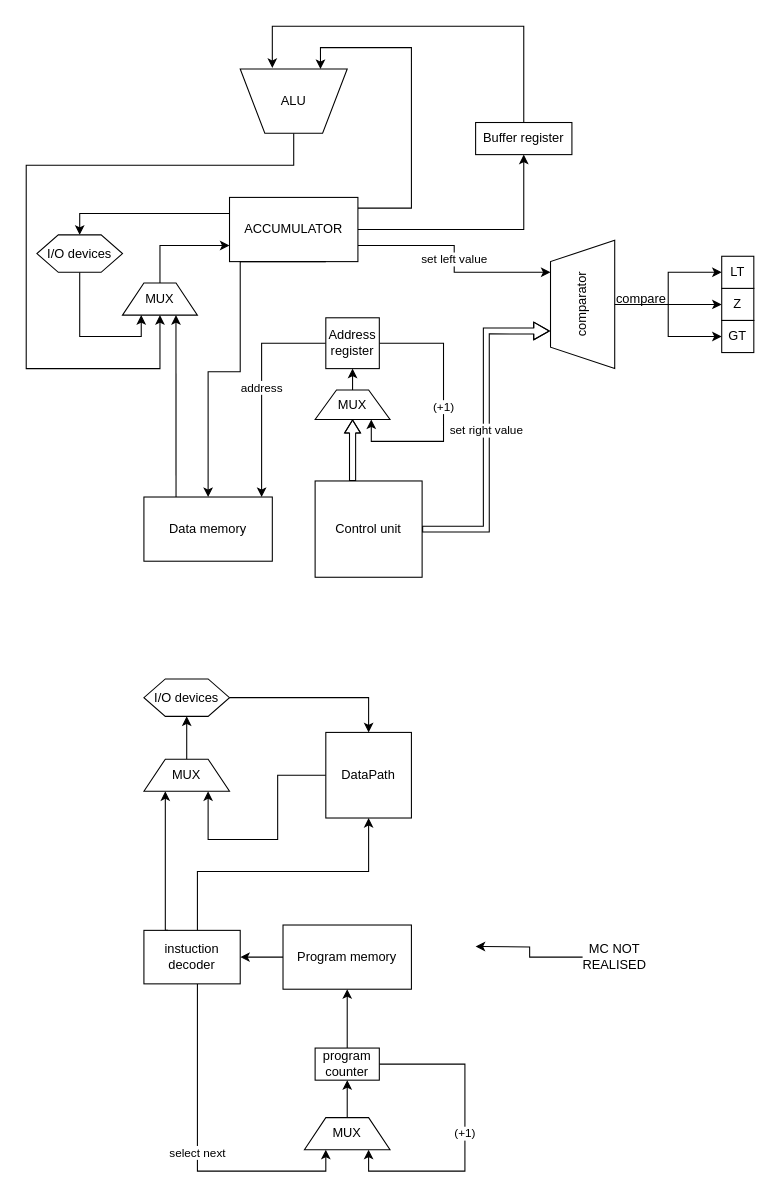
lubitelkvokk/csa_lab3 keeps this draw.io diagram as DataPathModel.drawio. Above is the earlier version. Source tidied: cells renumbered, new cells numbered last; positions are measured from the earlier drawing's top-left corner, leaving out a move shared by most shapes. Both pictures are drawn from the tidied source at 107%, with x=0, y=0 at pixel (26, 26).
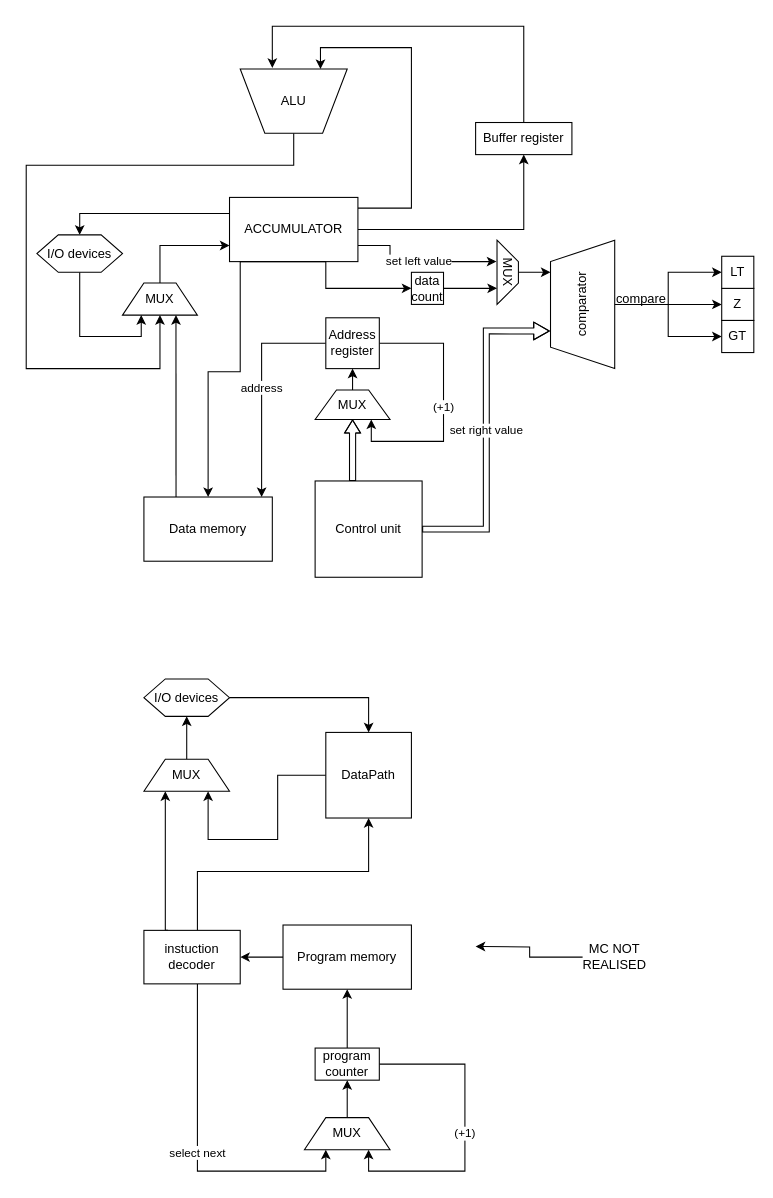
Above is the later version.

Commit message (it also covers changes not shown here):
added data counter, that dec after read/write and we could load value from acc. It allows to us to read/write sequences of known length

Unchanged cells that the change refers to:
```xml
<mxCell id="6" value="ACCUMULATOR" style="rounded=0;whiteSpace=wrap;html=1;" parent="1" vertex="1">
  <mxGeometry x="190" y="160" width="120" height="60" as="geometry" />
</mxCell>
<mxCell id="43" value="comparator" style="shape=trapezoid;perimeter=trapezoidPerimeter;whiteSpace=wrap;html=1;fixedSize=1;rotation=-90;" parent="1" vertex="1">
  <mxGeometry x="460" y="230" width="120" height="60" as="geometry" />
</mxCell>
```

The edit, as a diff of the source:
```diff
@@
-    <mxCell id="4" value="set left value" style="edgeStyle=orthogonalEdgeStyle;rounded=0;jettySize=auto;html=1;exitX=1;exitY=0.75;exitDx=0;exitDy=0;entryX=0.75;entryY=0;entryDx=0;entryDy=0;" parent="1" edge="1" source="6" target="43">
-      <mxGeometry relative="1" as="geometry" />
+    <mxCell id="4" value="set left value" style="edgeStyle=orthogonalEdgeStyle;rounded=0;jettySize=auto;html=1;exitX=1;exitY=0.75;exitDx=0;exitDy=0;entryX=0.333;entryY=1.026;entryDx=0;entryDy=0;entryPerimeter=0;" parent="1" edge="1" source="6" target="56">
+      <mxGeometry relative="1" as="geometry">
+        <Array as="points">
+          <mxPoint x="340" y="205" />
+          <mxPoint x="340" y="220" />
+        </Array>
+      </mxGeometry>
     </mxCell>
@@
+    <mxCell id="54" style="edgeStyle=orthogonalEdgeStyle;rounded=0;jettySize=auto;html=1;exitX=0.75;exitY=1;exitDx=0;exitDy=0;entryX=0;entryY=0.5;entryDx=0;entryDy=0;" parent="1" edge="1" source="6" target="58">
+      <mxGeometry relative="1" as="geometry" />
+    </mxCell>
@@
+    <mxCell id="55" style="edgeStyle=orthogonalEdgeStyle;rounded=0;jettySize=auto;html=1;entryX=0.75;entryY=0;entryDx=0;entryDy=0;" parent="1" edge="1" source="56" target="43">
+      <mxGeometry relative="1" as="geometry" />
+    </mxCell>
+    <mxCell id="56" value="MUX" style="shape=trapezoid;perimeter=trapezoidPerimeter;whiteSpace=wrap;html=1;fixedSize=1;rotation=90;" parent="1" vertex="1">
+      <mxGeometry x="420" y="220" width="60" height="20" as="geometry" />
+    </mxCell>
+    <mxCell id="57" style="edgeStyle=orthogonalEdgeStyle;rounded=0;jettySize=auto;html=1;entryX=0.75;entryY=1;entryDx=0;entryDy=0;" parent="1" edge="1" source="58" target="56">
+      <mxGeometry relative="1" as="geometry" />
+    </mxCell>
+    <mxCell id="58" value="data&lt;div&gt;count&lt;/div&gt;" style="whiteSpace=wrap;html=1;" parent="1" vertex="1">
+      <mxGeometry x="360" y="230" width="30" height="30" as="geometry" />
+    </mxCell>
```
